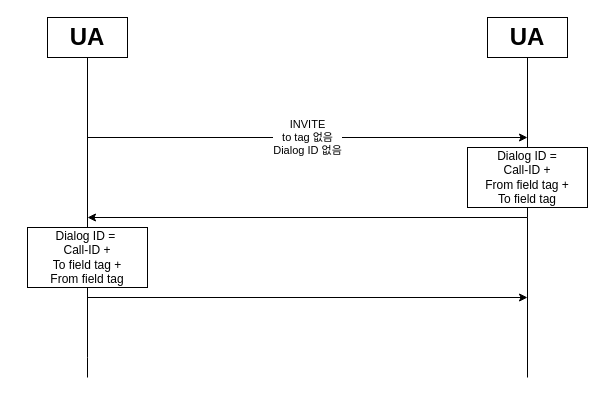
This is 12장 Dialog.drawio from JaeHyeon774/NEWTIL, a draw.io file, before an edit. Source tidied: cells renumbered, new cells numbered last; positions are measured from the earlier drawing's top-left corner, leaving out a move shared by most shapes. Both pictures are drawn from the tidied source at 100%, with x=0, y=0 at pixel (27, 17).
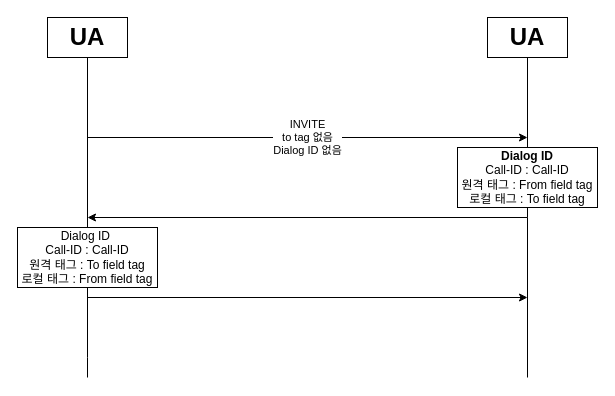
After the change.

Commit message:
12장 Dialog.drawio 업데이트

The edit, as a diff of the source:
```diff
@@
 <mxGraphModel>
   <root>
     <mxCell id="0" />
     <mxCell id="1" parent="0" />
     <mxCell id="2" style="edgeStyle=orthogonalEdgeStyle;rounded=0;jettySize=auto;html=1;exitX=0.5;exitY=1;exitDx=0;exitDy=0;endArrow=none;endFill=0;" parent="1" edge="1" source="3">
       <mxGeometry relative="1" as="geometry">
         <mxPoint x="60" y="360" as="targetPoint" />
         <Array as="points">
           <mxPoint x="60" y="340" />
           <mxPoint x="60" y="340" />
         </Array>
       </mxGeometry>
     </mxCell>
     <mxCell id="3" value="&lt;b&gt;&lt;font style=&quot;font-size: 24px;&quot;&gt;UA&lt;/font&gt;&lt;/b&gt;" style="rounded=0;whiteSpace=wrap;html=1;" parent="1" vertex="1">
       <mxGeometry x="20" width="80" height="40" as="geometry" />
     </mxCell>
     <mxCell id="4" style="edgeStyle=orthogonalEdgeStyle;rounded=0;jettySize=auto;html=1;exitX=0.5;exitY=1;exitDx=0;exitDy=0;endArrow=none;endFill=0;" parent="1" edge="1" source="5">
       <mxGeometry relative="1" as="geometry">
         <mxPoint x="500" y="360" as="targetPoint" />
       </mxGeometry>
     </mxCell>
     <mxCell id="5" value="&lt;b&gt;&lt;font style=&quot;font-size: 24px;&quot;&gt;UA&lt;/font&gt;&lt;/b&gt;" style="rounded=0;whiteSpace=wrap;html=1;" parent="1" vertex="1">
       <mxGeometry x="460" width="80" height="40" as="geometry" />
     </mxCell>
     <mxCell id="6" value="INVITE&lt;br&gt;to tag 없음&lt;br&gt;Dialog ID 없음" style="endArrow=classic;html=1;rounded=0;" parent="1" edge="1">
       <mxGeometry relative="1" as="geometry">
         <mxPoint x="60" y="120" as="sourcePoint" />
         <mxPoint x="500" y="120" as="targetPoint" />
       </mxGeometry>
     </mxCell>
-    <mxCell id="7" value="Dialog ID = &lt;br&gt;Call-ID + &lt;br&gt;From field tag + &lt;br&gt;To field tag" style="rounded=0;whiteSpace=wrap;html=1;" parent="1" vertex="1">
-      <mxGeometry x="440" y="130" width="120" height="60" as="geometry" />
+    <mxCell id="7" value="&lt;b&gt;Dialog ID&lt;/b&gt;&lt;br&gt;Call-ID : Call-ID&lt;br&gt;원격 태그 : From field tag&lt;br&gt;로컬 태그 : To field tag" style="rounded=0;whiteSpace=wrap;html=1;" parent="1" vertex="1">
+      <mxGeometry x="430" y="130" width="140" height="60" as="geometry" />
     </mxCell>
     <mxCell id="8" style="endArrow=classic;html=1;rounded=0;" parent="1" edge="1">
       <mxGeometry relative="1" as="geometry">
         <mxPoint x="500" y="200" as="sourcePoint" />
         <mxPoint x="60" y="200" as="targetPoint" />
       </mxGeometry>
     </mxCell>
-    <mxCell id="9" value="Dialog ID =&amp;nbsp;&lt;br&gt;Call-ID + &lt;br&gt;To field tag + &lt;br&gt;From field tag" style="rounded=0;whiteSpace=wrap;html=1;" parent="1" vertex="1">
-      <mxGeometry y="210" width="120" height="60" as="geometry" />
+    <mxCell id="9" value="Dialog ID&amp;nbsp;&lt;br&gt;Call-ID : Call-ID&lt;br&gt;원격 태그 : To field tag&lt;br&gt;로컬 태그 : From field tag" style="rounded=0;whiteSpace=wrap;html=1;" parent="1" vertex="1">
+      <mxGeometry x="-10" y="210" width="140" height="60" as="geometry" />
     </mxCell>
     <mxCell id="10" style="endArrow=classic;html=1;rounded=0;" parent="1" edge="1">
       <mxGeometry relative="1" as="geometry">
         <mxPoint x="60" y="280" as="sourcePoint" />
         <mxPoint x="500" y="280" as="targetPoint" />
       </mxGeometry>
     </mxCell>
   </root>
 </mxGraphModel>
```
